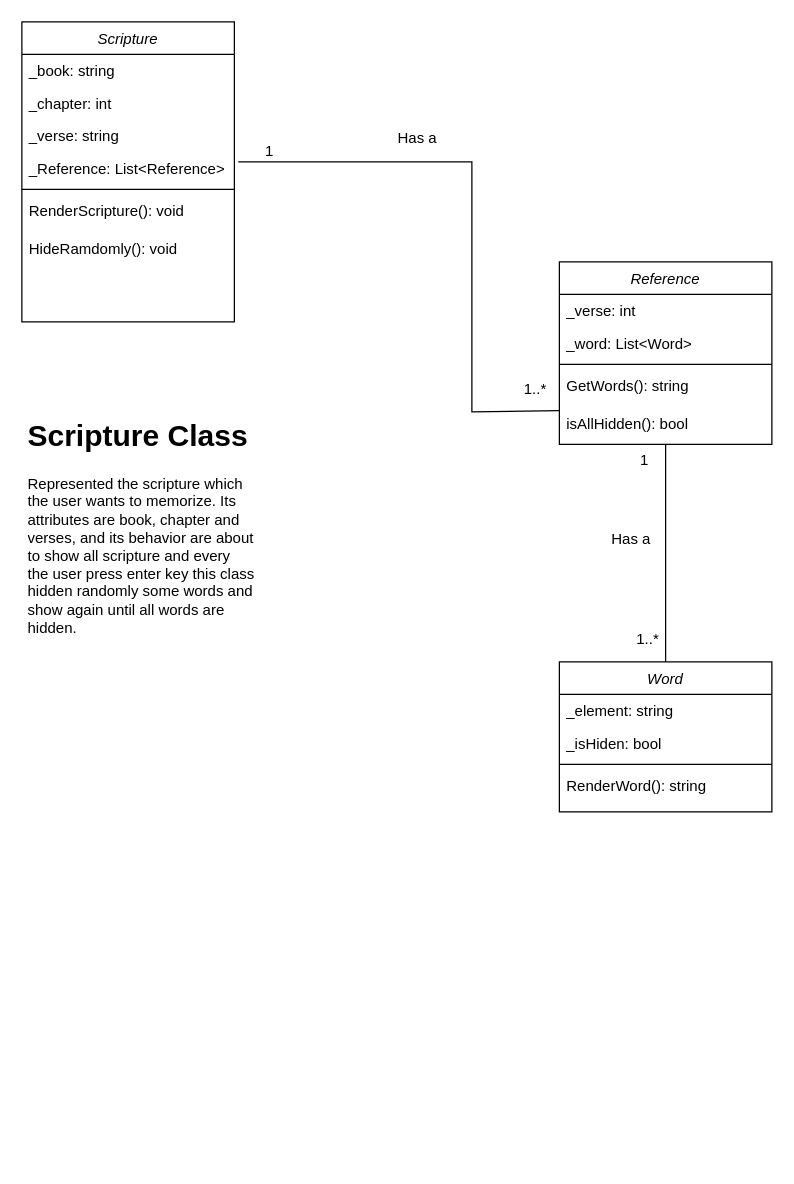
Earlier version of the draw.io diagram assets/ScriptureMemo.drawio (neorgon/cse210-hw). Source tidied: cells renumbered, new cells numbered last; positions are measured from the earlier drawing's top-left corner, leaving out a move shared by most shapes. Both pictures are drawn from the tidied source at 125%, with x=0, y=0 at pixel (21, 21).
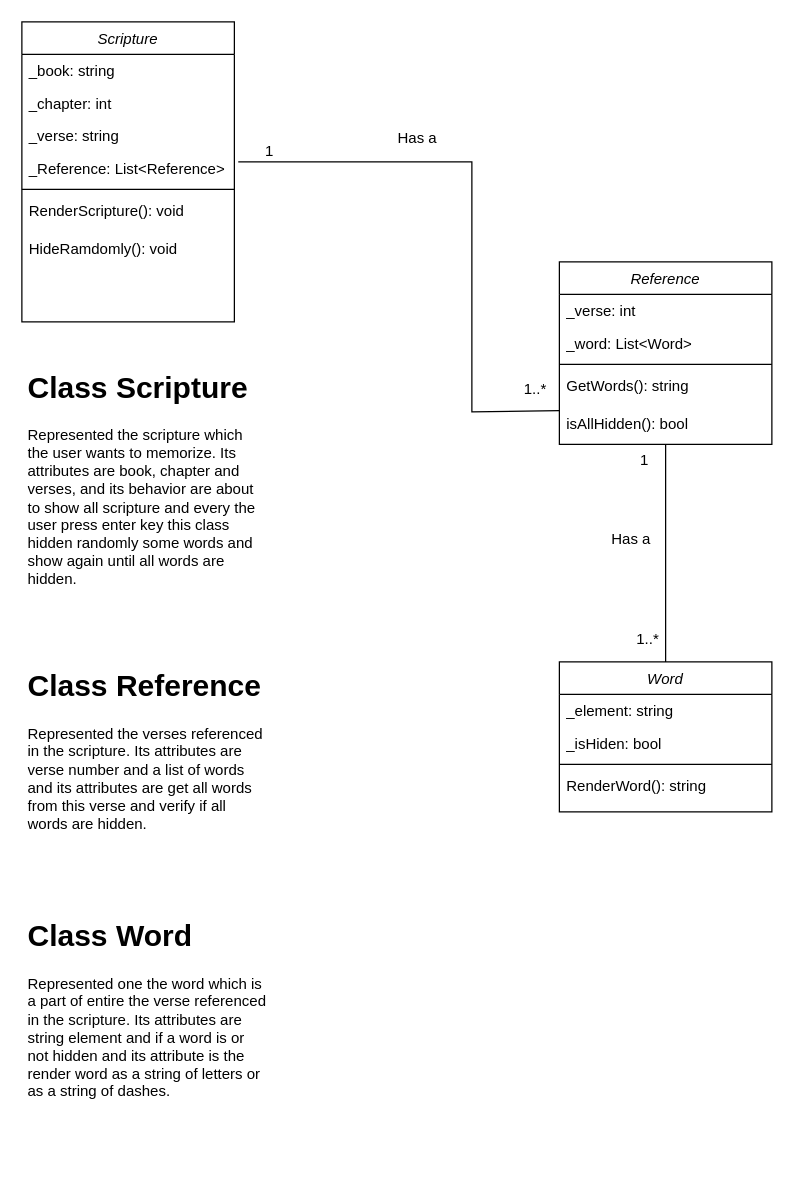
Above is the later version.

Commit message:
Adding a few description of classes

Change to the diagram source:
```diff
@@
-    <mxCell id="29" value="&lt;h1&gt;Scripture Class&lt;/h1&gt;&lt;p&gt;Represented the scripture which the user wants to memorize. Its attributes are book, chapter and verses, and its behavior are about to show all scripture and every the user press enter key this class hidden randomly some words and show again until all words are hidden.&lt;/p&gt;" style="text;html=1;strokeColor=none;fillColor=none;spacing=5;spacingTop=-20;whiteSpace=wrap;overflow=hidden;rounded=0;" parent="1" vertex="1">
-      <mxGeometry y="312" width="190" height="200" as="geometry" />
+    <mxCell id="29" value="&lt;h1&gt;Class Scripture&lt;/h1&gt;&lt;p&gt;Represented the scripture which the user wants to memorize. Its attributes are book, chapter and verses, and its behavior are about to show all scripture and every the user press enter key this class hidden randomly some words and show again until all words are hidden.&lt;/p&gt;" style="text;html=1;strokeColor=none;fillColor=none;spacing=5;spacingTop=-20;whiteSpace=wrap;overflow=hidden;rounded=0;" parent="1" vertex="1">
+      <mxGeometry y="273" width="200" height="200" as="geometry" />
     </mxCell>
+    <mxCell id="30" value="&lt;h1&gt;Class Reference&lt;/h1&gt;&lt;p&gt;Represented the verses referenced in the scripture. Its attributes are verse number and a list of words and its attributes are get all words from this verse and verify if all words are hidden.&lt;/p&gt;" style="text;html=1;strokeColor=none;fillColor=none;spacing=5;spacingTop=-20;whiteSpace=wrap;overflow=hidden;rounded=0;" parent="1" vertex="1">
+      <mxGeometry y="512" width="200" height="200" as="geometry" />
+    </mxCell>
+    <mxCell id="31" value="&lt;h1&gt;Class Word&lt;/h1&gt;&lt;p&gt;Represented one the word which is a part of entire the verse referenced in the scripture. Its attributes are string element and if a word is or not hidden and its attribute is the render word as a string of letters or as a string of dashes.&lt;/p&gt;" style="text;html=1;strokeColor=none;fillColor=none;spacing=5;spacingTop=-20;whiteSpace=wrap;overflow=hidden;rounded=0;" parent="1" vertex="1">
+      <mxGeometry y="712" width="200" height="200" as="geometry" />
+    </mxCell>
```
